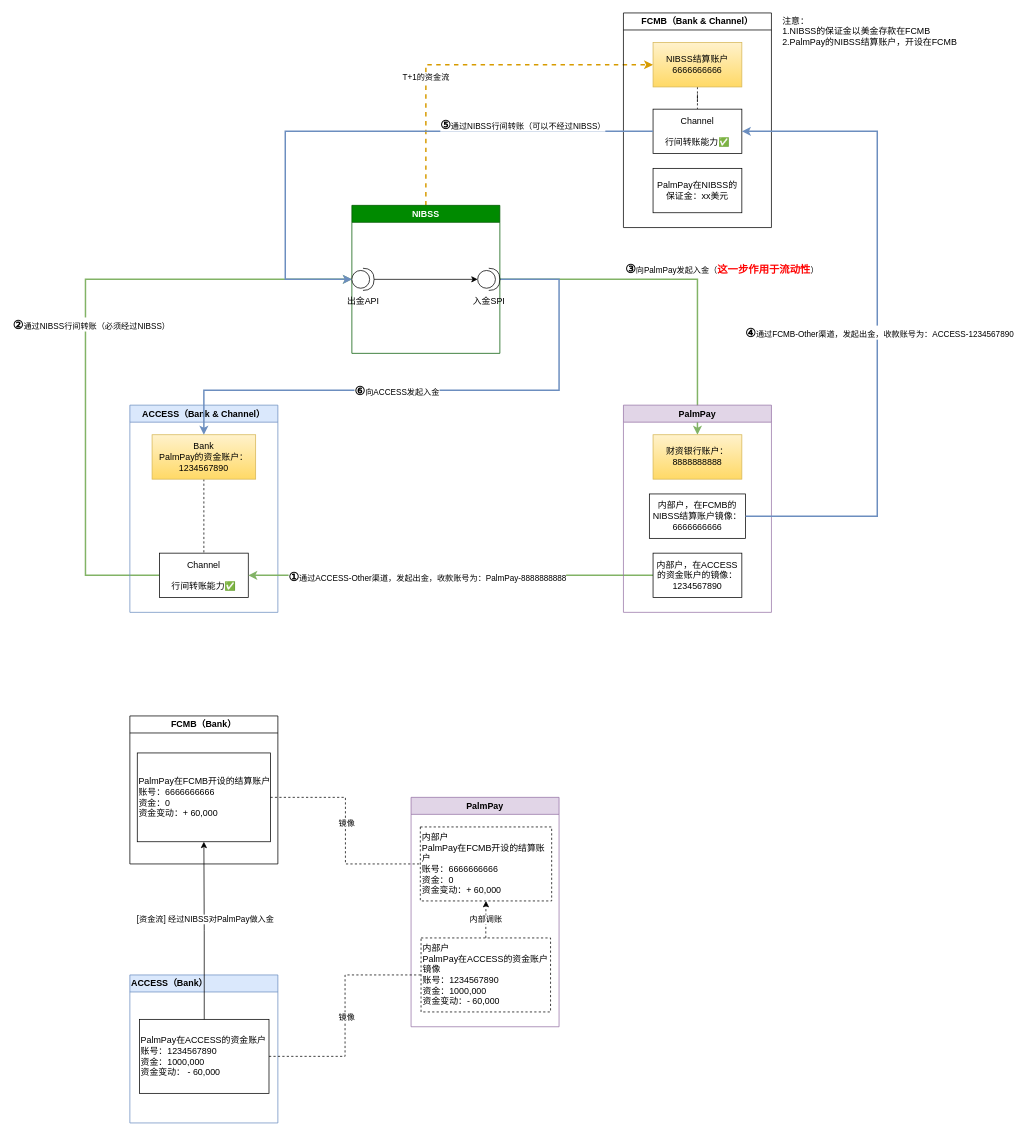
This is 渠道流动性的资金调拨方案.drawio from catface996/images, a draw.io file, before an edit. Source tidied: cells renumbered, new cells numbered last; positions are measured from the earlier drawing's top-left corner, leaving out a move shared by most shapes. Both pictures are drawn from the tidied source at 74%, with x=0, y=0 at pixel (85, 13).
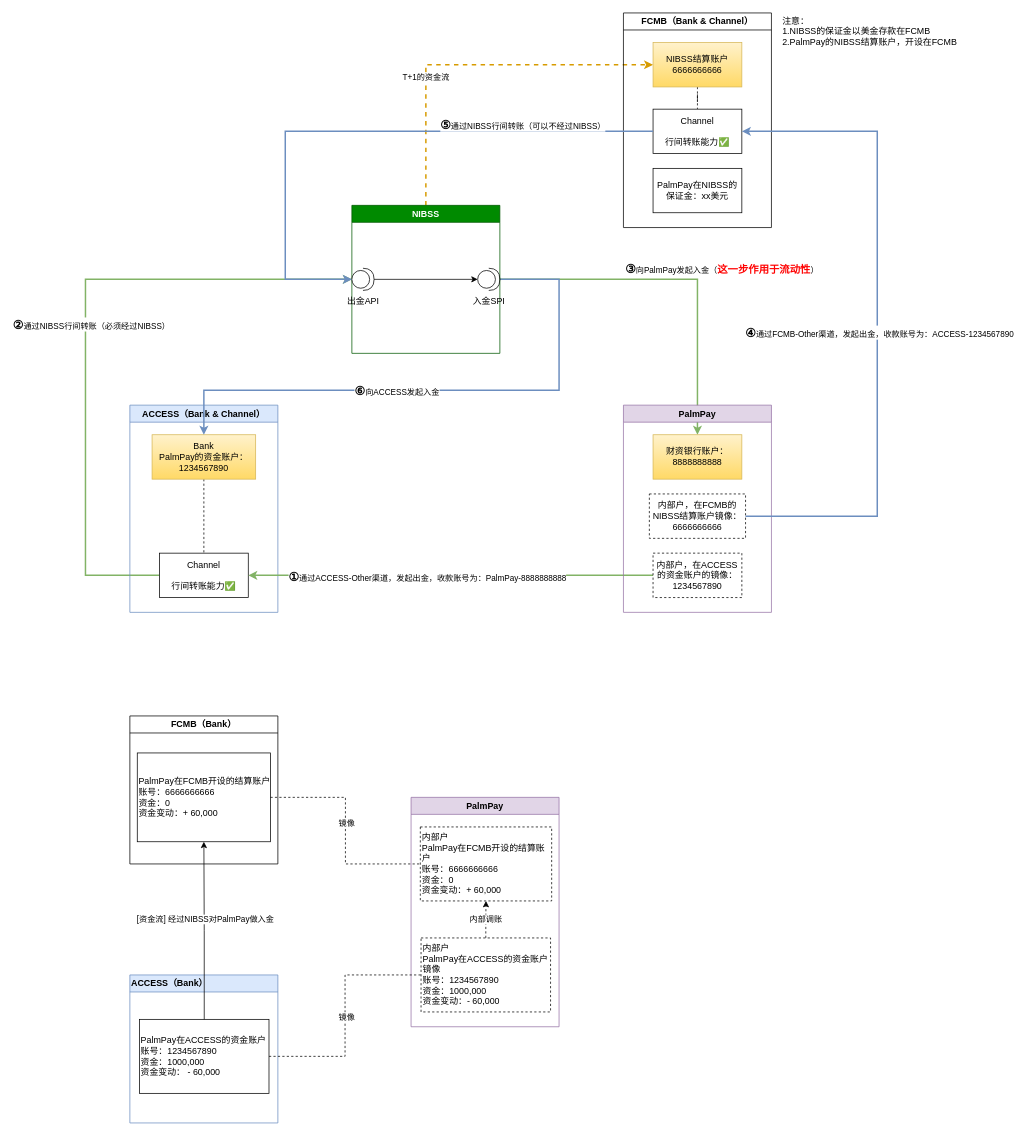
Above is the later version.

Commit message:
Update 渠道流动性的资金调拨方案.drawio

Unchanged cells that the change refers to:
```xml
<mxCell id="20" value="PalmPay" style="swimlane;whiteSpace=wrap;html=1;fillColor=#e1d5e7;strokeColor=#9673a6;" parent="1" vertex="1">
  <mxGeometry x="727" y="530" width="200" height="280" as="geometry" />
</mxCell>
```

What changed in the source:
```diff
@@
-    <mxCell id="22" value="内部户，在ACCESS的资金账户的镜像：&lt;div&gt;1234567890&lt;/div&gt;" style="rounded=0;whiteSpace=wrap;html=1;" parent="20" vertex="1">
+    <mxCell id="22" value="内部户，在ACCESS的资金账户的镜像：&lt;div&gt;1234567890&lt;/div&gt;" style="rounded=0;whiteSpace=wrap;html=1;dashed=1;" parent="20" vertex="1">
       <mxGeometry x="40" y="200" width="120" height="60" as="geometry" />
     </mxCell>
-    <mxCell id="23" value="内部户，在FCMB的NIBSS结算账户镜像：&lt;div&gt;6666666666&lt;/div&gt;" style="rounded=0;whiteSpace=wrap;html=1;" parent="20" vertex="1">
+    <mxCell id="23" value="内部户，在FCMB的NIBSS结算账户镜像：&lt;div&gt;6666666666&lt;/div&gt;" style="rounded=0;whiteSpace=wrap;html=1;dashed=1;" parent="20" vertex="1">
       <mxGeometry x="35" y="120" width="130" height="60" as="geometry" />
     </mxCell>
```
